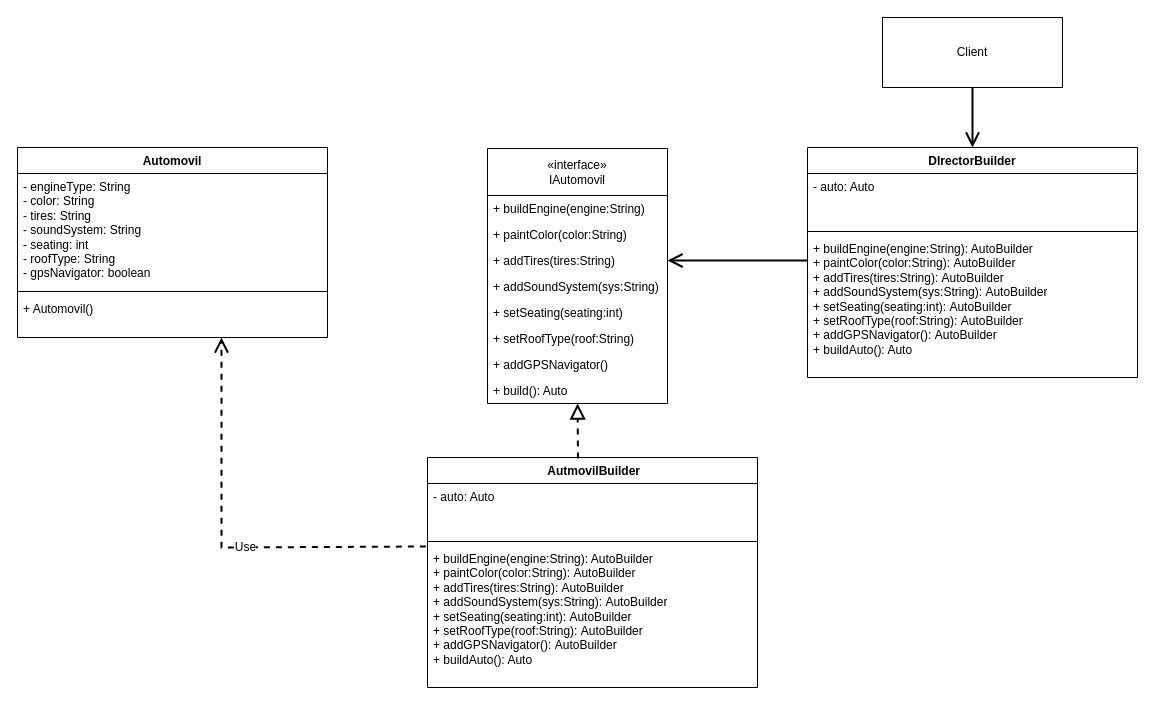
The draw.io diagram page "Escenario_1" (1 of 3) of UML/PATRONES_DISEÑO_ARQ_SOFTWARE.drawio in 496Meneses/patrones-actividad-2, before the edit. Source tidied: cells renumbered, new cells numbered last; positions are measured from the earlier drawing's top-left corner, leaving out a move shared by most shapes. Both pictures are drawn from the tidied source at 100%, with x=0, y=0 at pixel (17, 17).
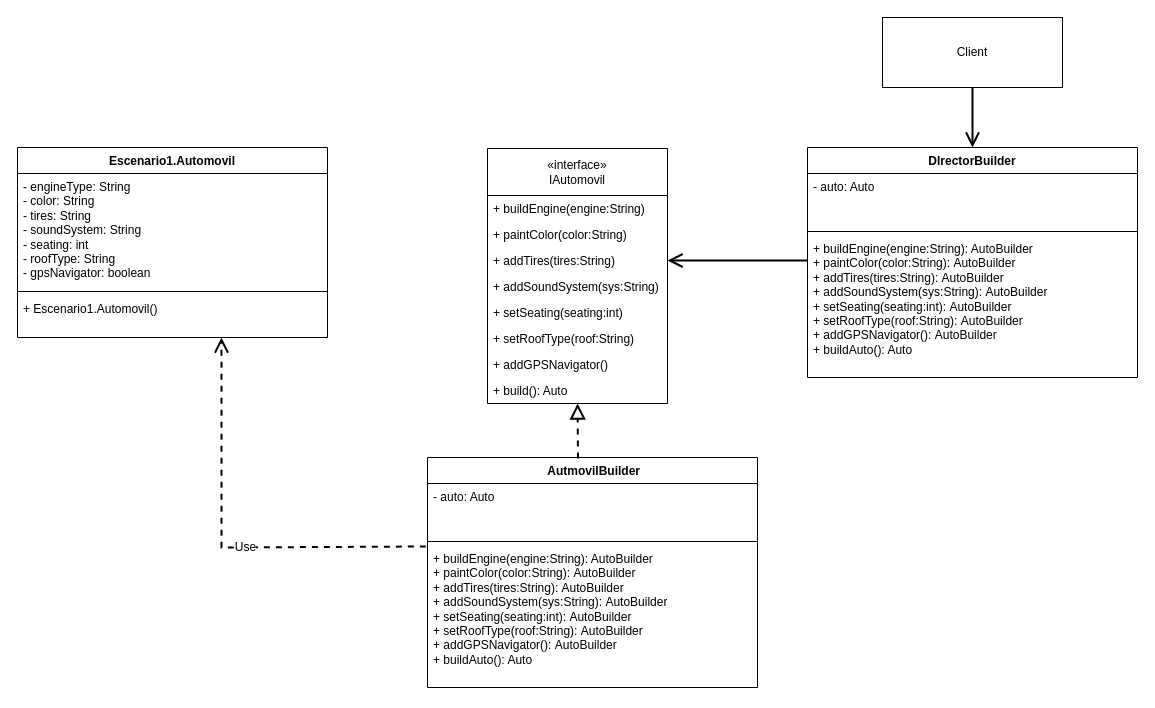
Above is the later version.

The edit, as a diff of the source:
```diff
@@
-    <mxCell id="2" value="Automovil" style="swimlane;fontStyle=1;align=center;verticalAlign=top;horizontal=1;startSize=26;whiteSpace=wrap;html=1;" parent="1" vertex="1">
+    <mxCell id="2" value="Escenario1.Automovil" style="swimlane;fontStyle=1;align=center;verticalAlign=top;horizontal=1;startSize=26;whiteSpace=wrap;html=1;" parent="1" vertex="1">
       <mxGeometry y="130" width="310" height="190" as="geometry" />
     </mxCell>
@@
-    <mxCell id="5" value="+ Automovil()" style="text;strokeColor=none;fillColor=none;align=left;verticalAlign=top;spacingLeft=4;spacingRight=4;overflow=hidden;points=[[0,0.5],[1,0.5]];portConstraint=eastwest;whiteSpace=wrap;html=1;" parent="2" vertex="1">
+    <mxCell id="5" value="+ Escenario1.Automovil()" style="text;strokeColor=none;fillColor=none;align=left;verticalAlign=top;spacingLeft=4;spacingRight=4;overflow=hidden;points=[[0,0.5],[1,0.5]];portConstraint=eastwest;whiteSpace=wrap;html=1;" parent="2" vertex="1">
       <mxGeometry y="148" width="310" height="42" as="geometry" />
     </mxCell>
```
